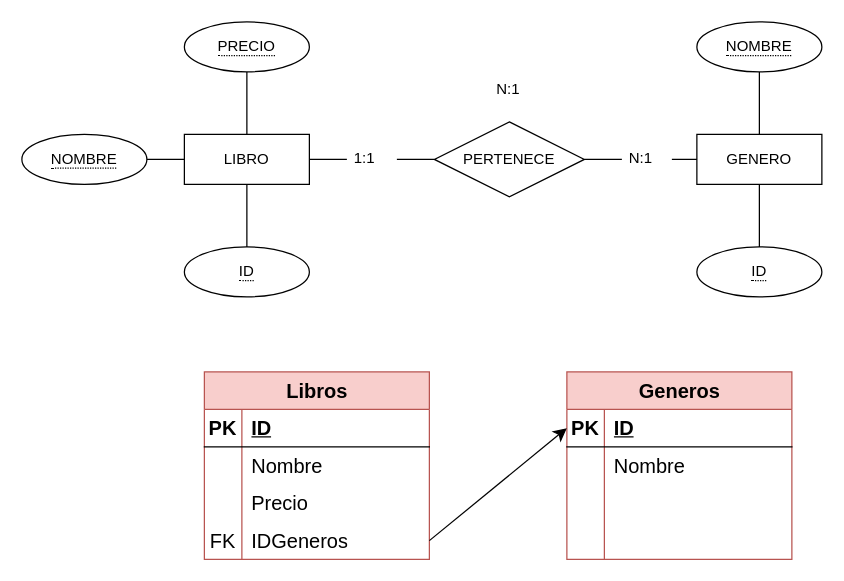
The draw.io diagram page "Ejemplo 1" (2 of 4) of Relacion_entidad.io.drawio in leoandyaz/Base-de-datos, before the edit. Source tidied: cells renumbered, new cells numbered last; positions are measured from the earlier drawing's top-left corner, leaving out a move shared by most shapes. Both pictures are drawn from the tidied source at 125%, with x=0, y=0 at pixel (21, 21).
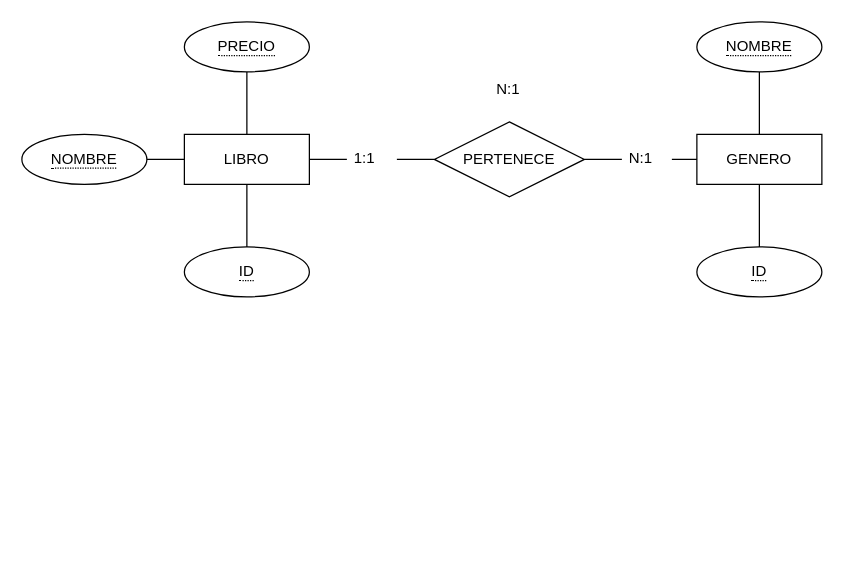
The same page after the edit.

Change to the diagram source:
```diff
@@
-    <mxCell id="22" value="Libros" style="shape=table;startSize=30;childLayout=tableLayout;rowLines=0;fontStyle=1;align=center;html=1;fontSize=16;fillColor=#f8cecc;strokeColor=#b85450;" parent="1" vertex="1">
-      <mxGeometry x="146" y="280" width="180" height="150" as="geometry" />
-    </mxCell>
-    <mxCell id="23" style="shape=tableRow;horizontal=0;startSize=0;swimlaneHead=0;swimlaneBody=0;fillColor=none;top=0;left=0;right=0;bottom=1;fontSize=16;" parent="22" vertex="1">
-      <mxGeometry y="30" width="180" height="30" as="geometry" />
-    </mxCell>
-    <mxCell id="24" value="PK" style="shape=partialRectangle;fillColor=none;top=0;left=0;bottom=0;right=0;fontStyle=1;overflow=hidden;whiteSpace=wrap;html=1;fontSize=16;" parent="23" vertex="1">
-      <mxGeometry width="30" height="30" as="geometry" />
-    </mxCell>
-    <mxCell id="25" value="ID" style="shape=partialRectangle;fillColor=none;top=0;left=0;bottom=0;right=0;align=left;spacingLeft=6;fontStyle=5;overflow=hidden;whiteSpace=wrap;html=1;fontSize=16;" parent="23" vertex="1">
-      <mxGeometry x="30" width="150" height="30" as="geometry" />
-    </mxCell>
-    <mxCell id="26" style="shape=tableRow;horizontal=0;startSize=0;swimlaneHead=0;swimlaneBody=0;fillColor=none;top=0;left=0;right=0;bottom=0;fontSize=16;" parent="22" vertex="1">
-      <mxGeometry y="60" width="180" height="30" as="geometry" />
-    </mxCell>
-    <mxCell id="27" style="shape=partialRectangle;fillColor=none;top=0;left=0;bottom=0;right=0;overflow=hidden;whiteSpace=wrap;html=1;fontSize=16;" parent="26" vertex="1">
-      <mxGeometry width="30" height="30" as="geometry" />
-    </mxCell>
-    <mxCell id="28" value="Nombre" style="shape=partialRectangle;fillColor=none;top=0;left=0;bottom=0;right=0;align=left;spacingLeft=6;overflow=hidden;whiteSpace=wrap;html=1;fontSize=16;" parent="26" vertex="1">
-      <mxGeometry x="30" width="150" height="30" as="geometry" />
-    </mxCell>
-    <mxCell id="29" style="shape=tableRow;horizontal=0;startSize=0;swimlaneHead=0;swimlaneBody=0;fillColor=none;top=0;left=0;right=0;bottom=0;fontSize=16;" parent="22" vertex="1">
-      <mxGeometry y="90" width="180" height="30" as="geometry" />
-    </mxCell>
-    <mxCell id="30" style="shape=partialRectangle;fillColor=none;top=0;left=0;bottom=0;right=0;overflow=hidden;whiteSpace=wrap;html=1;fontSize=16;" parent="29" vertex="1">
-      <mxGeometry width="30" height="30" as="geometry" />
-    </mxCell>
-    <mxCell id="31" value="Precio" style="shape=partialRectangle;fillColor=none;top=0;left=0;bottom=0;right=0;align=left;spacingLeft=6;overflow=hidden;whiteSpace=wrap;html=1;fontSize=16;" parent="29" vertex="1">
-      <mxGeometry x="30" width="150" height="30" as="geometry" />
-    </mxCell>
-    <mxCell id="32" style="shape=tableRow;horizontal=0;startSize=0;swimlaneHead=0;swimlaneBody=0;fillColor=none;points=[[0,0.5],[1,0.5]];portConstraint=eastwest;top=0;left=0;right=0;bottom=0;fontSize=16;" parent="22" vertex="1">
-      <mxGeometry y="120" width="180" height="30" as="geometry" />
-    </mxCell>
-    <mxCell id="33" value="FK" style="shape=partialRectangle;fillColor=none;top=0;left=0;bottom=0;right=0;overflow=hidden;whiteSpace=wrap;html=1;fontSize=16;" parent="32" vertex="1">
-      <mxGeometry width="30" height="30" as="geometry" />
-    </mxCell>
-    <mxCell id="34" value="IDGeneros" style="shape=partialRectangle;fillColor=none;top=0;left=0;bottom=0;right=0;align=left;spacingLeft=6;overflow=hidden;whiteSpace=wrap;html=1;fontSize=16;" parent="32" vertex="1">
-      <mxGeometry x="30" width="150" height="30" as="geometry" />
-    </mxCell>
-    <mxCell id="35" value="Generos" style="shape=table;startSize=30;childLayout=tableLayout;rowLines=0;fontStyle=1;align=center;html=1;fontSize=16;fillColor=#f8cecc;strokeColor=#b85450;" parent="1" vertex="1">
-      <mxGeometry x="436" y="280" width="180" height="150" as="geometry" />
-    </mxCell>
-    <mxCell id="36" style="shape=tableRow;horizontal=0;startSize=0;swimlaneHead=0;swimlaneBody=0;fillColor=none;points=[[0,0.5],[1,0.5]];portConstraint=eastwest;top=0;left=0;right=0;bottom=1;fontSize=16;" parent="35" vertex="1">
-      <mxGeometry y="30" width="180" height="30" as="geometry" />
-    </mxCell>
-    <mxCell id="37" value="PK" style="shape=partialRectangle;fillColor=none;top=0;left=0;bottom=0;right=0;fontStyle=1;overflow=hidden;whiteSpace=wrap;html=1;fontSize=16;" parent="36" vertex="1">
-      <mxGeometry width="30" height="30" as="geometry" />
-    </mxCell>
-    <mxCell id="38" value="ID" style="shape=partialRectangle;fillColor=none;top=0;left=0;bottom=0;right=0;align=left;spacingLeft=6;fontStyle=5;overflow=hidden;whiteSpace=wrap;html=1;fontSize=16;" parent="36" vertex="1">
-      <mxGeometry x="30" width="150" height="30" as="geometry" />
-    </mxCell>
-    <mxCell id="39" style="shape=tableRow;horizontal=0;startSize=0;swimlaneHead=0;swimlaneBody=0;fillColor=none;top=0;left=0;right=0;bottom=0;fontSize=16;" parent="35" vertex="1">
-      <mxGeometry y="60" width="180" height="30" as="geometry" />
-    </mxCell>
-    <mxCell id="40" style="shape=partialRectangle;fillColor=none;top=0;left=0;bottom=0;right=0;overflow=hidden;whiteSpace=wrap;html=1;fontSize=16;" parent="39" vertex="1">
-      <mxGeometry width="30" height="30" as="geometry" />
-    </mxCell>
-    <mxCell id="41" value="Nombre" style="shape=partialRectangle;fillColor=none;top=0;left=0;bottom=0;right=0;align=left;spacingLeft=6;overflow=hidden;whiteSpace=wrap;html=1;fontSize=16;" parent="39" vertex="1">
-      <mxGeometry x="30" width="150" height="30" as="geometry" />
-    </mxCell>
-    <mxCell id="42" style="shape=tableRow;horizontal=0;startSize=0;swimlaneHead=0;swimlaneBody=0;fillColor=none;top=0;left=0;right=0;bottom=0;fontSize=16;" parent="35" vertex="1">
-      <mxGeometry y="90" width="180" height="30" as="geometry" />
-    </mxCell>
-    <mxCell id="43" style="shape=partialRectangle;fillColor=none;top=0;left=0;bottom=0;right=0;overflow=hidden;whiteSpace=wrap;html=1;fontSize=16;" parent="42" vertex="1">
-      <mxGeometry width="30" height="30" as="geometry" />
-    </mxCell>
-    <mxCell id="44" style="shape=partialRectangle;fillColor=none;top=0;left=0;bottom=0;right=0;align=left;spacingLeft=6;overflow=hidden;whiteSpace=wrap;html=1;fontSize=16;" parent="42" vertex="1">
-      <mxGeometry x="30" width="150" height="30" as="geometry" />
-    </mxCell>
-    <mxCell id="45" style="shape=tableRow;horizontal=0;startSize=0;swimlaneHead=0;swimlaneBody=0;fillColor=none;top=0;left=0;right=0;bottom=0;fontSize=16;" parent="35" vertex="1">
-      <mxGeometry y="120" width="180" height="30" as="geometry" />
-    </mxCell>
-    <mxCell id="46" style="shape=partialRectangle;fillColor=none;top=0;left=0;bottom=0;right=0;overflow=hidden;whiteSpace=wrap;html=1;fontSize=16;" parent="45" vertex="1">
-      <mxGeometry width="30" height="30" as="geometry" />
-    </mxCell>
-    <mxCell id="47" style="shape=partialRectangle;fillColor=none;top=0;left=0;bottom=0;right=0;align=left;spacingLeft=6;overflow=hidden;whiteSpace=wrap;html=1;fontSize=16;" parent="45" vertex="1">
-      <mxGeometry x="30" width="150" height="30" as="geometry" />
-    </mxCell>
-    <mxCell id="48" style="edgeStyle=none;curved=1;rounded=0;jettySize=auto;html=1;entryX=0;entryY=0.5;entryDx=0;entryDy=0;fontSize=12;startSize=8;endSize=8;exitX=1;exitY=0.5;exitDx=0;exitDy=0;" parent="1" edge="1" source="32" target="36">
-      <mxGeometry relative="1" as="geometry" />
-    </mxCell>
```
